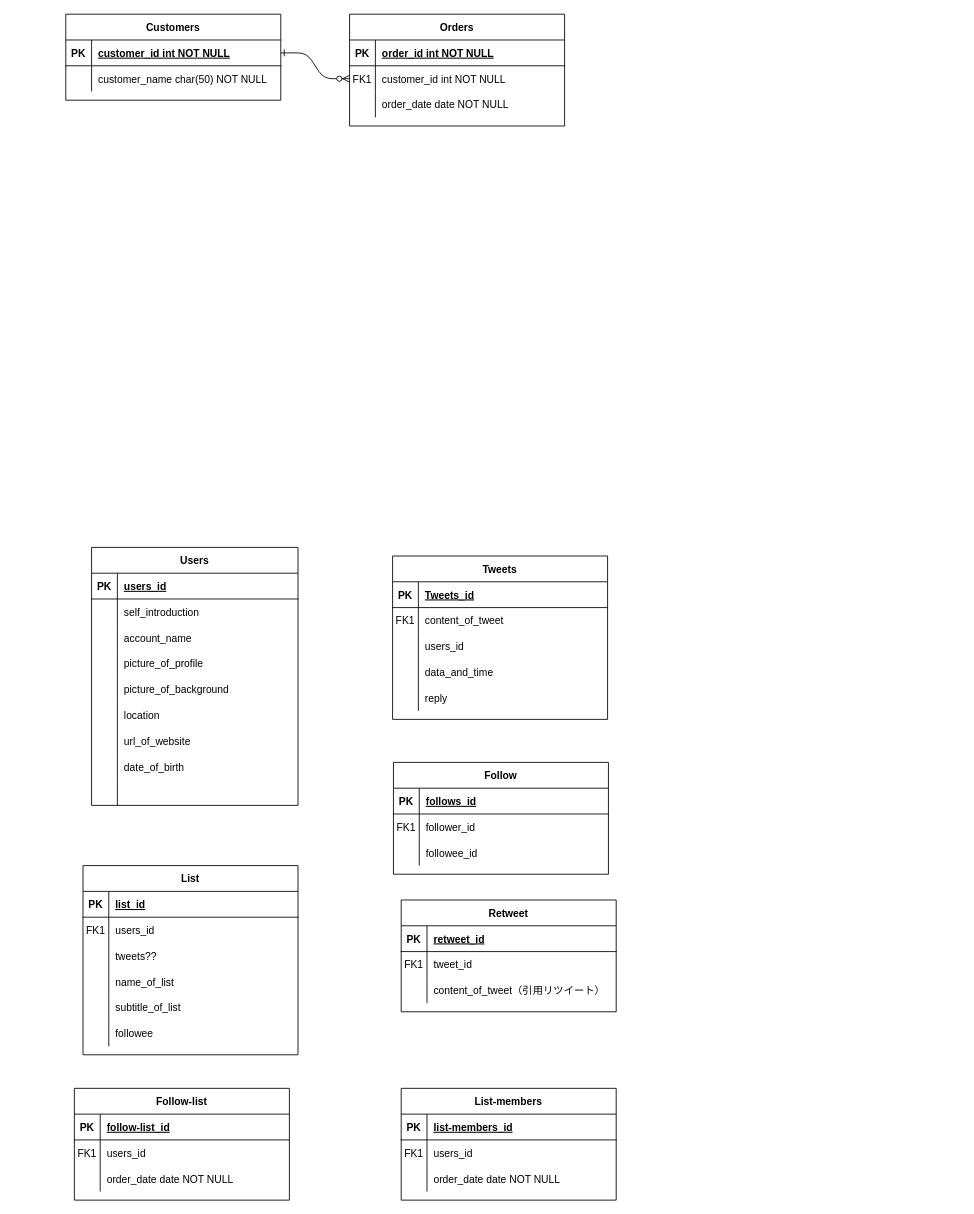
The draw.io diagram Untitled Diagram.drawio in umizaru/hello-world, before the edit. Source tidied: cells renumbered, new cells numbered last; positions are measured from the earlier drawing's top-left corner, leaving out a move shared by most shapes. Both pictures are drawn from the tidied source at 86%, with x=0, y=0 at pixel (65, 14).
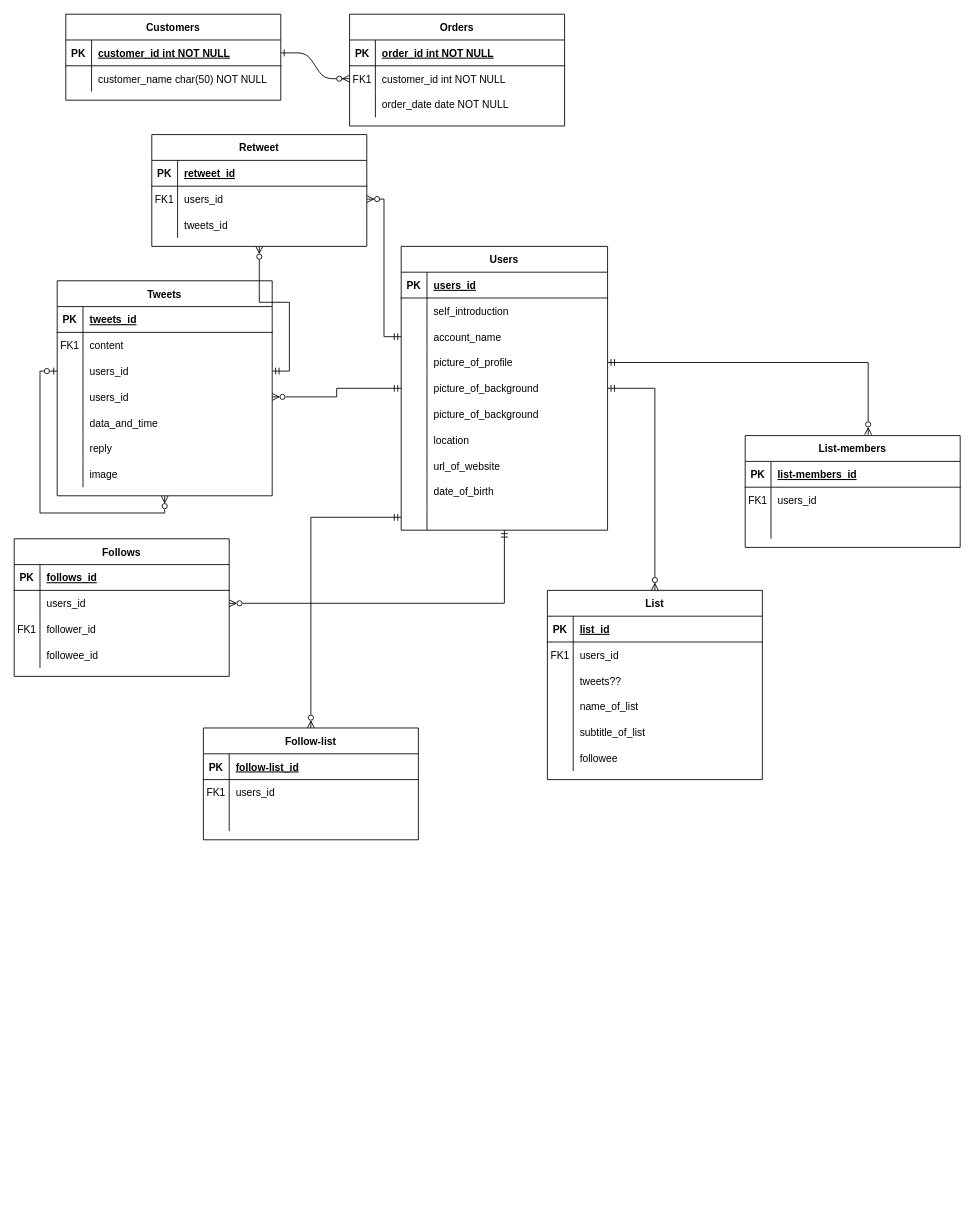
The same page after the edit.

Commit message (it also covers changes not shown here):
Untitled Diagram.drawio を更新します

The change refers to these unchanged cells:
```xml
<mxCell id="24" style="shape=partialRectangle;fillColor=none;points=[[0,0.5],[1,0.5]];portConstraint=eastwest;top=0;left=0;right=0;bottom=0;" parent="20" vertex="1">
  <mxGeometry y="60" width="250" height="30" as="geometry" />
</mxCell>
<mxCell id="27" style="shape=partialRectangle;fillColor=none;top=0;left=0;right=0;bottom=0;" parent="20" vertex="1">
  <mxGeometry y="90" width="250" height="30" as="geometry" />
</mxCell>
<mxCell id="41" style="shape=partialRectangle;fillColor=none;top=0;left=0;right=0;bottom=1;" parent="40" vertex="1">
  <mxGeometry y="30" width="250" height="30" as="geometry" />
</mxCell>
<mxCell id="44" style="shape=partialRectangle;fillColor=none;top=0;left=0;right=0;bottom=0;" parent="40" vertex="1">
  <mxGeometry y="60" width="250" height="30" as="geometry" />
</mxCell>
<mxCell id="82" style="shape=partialRectangle;fillColor=none;top=0;left=0;right=0;bottom=0;" parent="75" vertex="1">
  <mxGeometry y="90" width="250" height="30" as="geometry" />
</mxCell>
<mxCell id="92" style="shape=partialRectangle;fillColor=none;top=0;left=0;right=0;bottom=0;" parent="85" vertex="1">
  <mxGeometry y="90" width="250" height="30" as="geometry" />
</mxCell>
<mxCell id="102" style="shape=partialRectangle;fillColor=none;points=[[0,0.5],[1,0.5]];portConstraint=eastwest;top=0;left=0;right=0;bottom=0;" parent="95" vertex="1">
  <mxGeometry y="90" width="240" height="30" as="geometry" />
</mxCell>
<mxCell id="105" style="shape=partialRectangle;fillColor=none;points=[[0,0.5],[1,0.5]];portConstraint=eastwest;top=0;left=0;right=0;bottom=0;" parent="95" vertex="1">
  <mxGeometry y="120" width="240" height="30" as="geometry" />
</mxCell>
```

Diff of the diagram source:
```diff
@@
     <mxCell id="20" value="Retweet" style="shape=table;startSize=30;childLayout=tableLayout;rowLines=0;fontStyle=1;align=center;" parent="1" vertex="1">
-      <mxGeometry x="390" y="1030" width="250" height="130" as="geometry" />
+      <mxGeometry x="100" y="140" width="250" height="130" as="geometry" />
     </mxCell>
@@
-    <mxCell id="26" value="tweet_id" style="shape=partialRectangle;overflow=hidden;fillColor=none;top=0;left=0;bottom=0;right=0;align=left;spacingLeft=6;" parent="24" vertex="1">
+    <mxCell id="26" value="users_id" style="shape=partialRectangle;overflow=hidden;fillColor=none;top=0;left=0;bottom=0;right=0;align=left;spacingLeft=6;" parent="24" vertex="1">
       <mxGeometry x="30" width="220" height="30" as="geometry" />
     </mxCell>
@@
-    <mxCell id="29" value="content_of_tweet（引用リツイート）" style="shape=partialRectangle;overflow=hidden;fillColor=none;top=0;left=0;bottom=0;right=0;align=left;spacingLeft=6;" parent="27" vertex="1">
+    <mxCell id="29" value="tweets_id" style="shape=partialRectangle;overflow=hidden;fillColor=none;top=0;left=0;bottom=0;right=0;align=left;spacingLeft=6;" parent="27" vertex="1">
       <mxGeometry x="30" width="220" height="30" as="geometry" />
     </mxCell>
-    <mxCell id="30" value="Follow" style="shape=table;startSize=30;childLayout=tableLayout;rowLines=0;fontStyle=1;align=center;" parent="1" vertex="1">
-      <mxGeometry x="381" y="870" width="250" height="130" as="geometry" />
+    <mxCell id="30" value="Follows" style="shape=table;startSize=30;childLayout=tableLayout;rowLines=0;fontStyle=1;align=center;" parent="1" vertex="1">
+      <mxGeometry x="-60" y="610" width="250" height="160" as="geometry" />
     </mxCell>
@@
+    <mxCell id="123" style="shape=partialRectangle;fillColor=none;points=[[0,0.5],[1,0.5]];portConstraint=eastwest;top=0;left=0;right=0;bottom=0;" parent="30" vertex="1">
+      <mxGeometry y="60" width="250" height="30" as="geometry" />
+    </mxCell>
+    <mxCell id="124" style="shape=partialRectangle;overflow=hidden;fillColor=none;top=0;left=0;bottom=0;right=0;" parent="123" vertex="1">
+      <mxGeometry width="30" height="30" as="geometry" />
+    </mxCell>
+    <mxCell id="125" value="users_id" style="shape=partialRectangle;overflow=hidden;fillColor=none;top=0;left=0;bottom=0;right=0;align=left;spacingLeft=6;" parent="123" vertex="1">
+      <mxGeometry x="30" width="220" height="30" as="geometry" />
+    </mxCell>
     <mxCell id="34" style="shape=partialRectangle;fillColor=none;top=0;left=0;right=0;bottom=0;" parent="30" vertex="1">
-      <mxGeometry y="60" width="250" height="30" as="geometry" />
+      <mxGeometry y="90" width="250" height="30" as="geometry" />
     </mxCell>
@@
     <mxCell id="37" style="shape=partialRectangle;fillColor=none;top=0;left=0;right=0;bottom=0;" parent="30" vertex="1">
-      <mxGeometry y="90" width="250" height="30" as="geometry" />
+      <mxGeometry y="120" width="250" height="30" as="geometry" />
     </mxCell>
@@
     <mxCell id="40" value="Tweets" style="shape=table;startSize=30;childLayout=tableLayout;rowLines=0;fontStyle=1;align=center;" parent="1" vertex="1">
-      <mxGeometry x="380" y="630" width="250" height="190" as="geometry" />
+      <mxGeometry x="-10" y="310" width="250" height="250" as="geometry" />
     </mxCell>
@@
-    <mxCell id="43" value="Tweets_id" style="shape=partialRectangle;overflow=hidden;fillColor=none;top=0;left=0;bottom=0;right=0;align=left;spacingLeft=6;fontStyle=5;" parent="41" vertex="1">
+    <mxCell id="43" value="tweets_id" style="shape=partialRectangle;overflow=hidden;fillColor=none;top=0;left=0;bottom=0;right=0;align=left;spacingLeft=6;fontStyle=5;" parent="41" vertex="1">
       <mxGeometry x="30" width="220" height="30" as="geometry" />
     </mxCell>
@@
-    <mxCell id="46" value="content_of_tweet" style="shape=partialRectangle;overflow=hidden;fillColor=none;top=0;left=0;bottom=0;right=0;align=left;spacingLeft=6;" parent="44" vertex="1">
+    <mxCell id="46" value="content" style="shape=partialRectangle;overflow=hidden;fillColor=none;top=0;left=0;bottom=0;right=0;align=left;spacingLeft=6;" parent="44" vertex="1">
       <mxGeometry x="30" width="220" height="30" as="geometry" />
     </mxCell>
+    <mxCell id="126" style="edgeStyle=orthogonalEdgeStyle;rounded=0;jettySize=auto;html=1;entryX=0.5;entryY=1;entryDx=0;entryDy=0;startArrow=ERzeroToOne;startFill=0;endArrow=ERzeroToMany;endFill=0;" parent="40" edge="1" source="127" target="40">
+      <mxGeometry relative="1" as="geometry" />
+    </mxCell>
+    <mxCell id="127" style="shape=partialRectangle;fillColor=none;points=[[0,0.5],[1,0.5]];portConstraint=eastwest;top=0;left=0;right=0;bottom=0;" parent="40" vertex="1">
+      <mxGeometry y="90" width="250" height="30" as="geometry" />
+    </mxCell>
+    <mxCell id="128" style="shape=partialRectangle;overflow=hidden;fillColor=none;top=0;left=0;bottom=0;right=0;" parent="127" vertex="1">
+      <mxGeometry width="30" height="30" as="geometry" />
+    </mxCell>
+    <mxCell id="129" value="users_id" style="shape=partialRectangle;overflow=hidden;fillColor=none;top=0;left=0;bottom=0;right=0;align=left;spacingLeft=6;" parent="127" vertex="1">
+      <mxGeometry x="30" width="220" height="30" as="geometry" />
+    </mxCell>
     <mxCell id="47" style="shape=partialRectangle;fillColor=none;points=[[0,0.5],[1,0.5]];portConstraint=eastwest;top=0;left=0;right=0;bottom=0;" parent="40" vertex="1">
-      <mxGeometry y="90" width="250" height="30" as="geometry" />
+      <mxGeometry y="120" width="250" height="30" as="geometry" />
     </mxCell>
@@
     <mxCell id="50" style="shape=partialRectangle;fillColor=none;top=0;left=0;right=0;bottom=0;" parent="40" vertex="1">
-      <mxGeometry y="120" width="250" height="30" as="geometry" />
+      <mxGeometry y="150" width="250" height="30" as="geometry" />
     </mxCell>
@@
     <mxCell id="53" style="shape=partialRectangle;fillColor=none;top=0;left=0;right=0;bottom=0;" parent="40" vertex="1">
-      <mxGeometry y="150" width="250" height="30" as="geometry" />
+      <mxGeometry y="180" width="250" height="30" as="geometry" />
     </mxCell>
@@
+    <mxCell id="130" style="shape=partialRectangle;fillColor=none;top=0;left=0;right=0;bottom=0;" parent="40" vertex="1">
+      <mxGeometry y="210" width="250" height="30" as="geometry" />
+    </mxCell>
+    <mxCell id="131" style="shape=partialRectangle;overflow=hidden;fillColor=none;top=0;left=0;bottom=0;right=0;" parent="130" vertex="1">
+      <mxGeometry width="30" height="30" as="geometry" />
+    </mxCell>
+    <mxCell id="132" value="image" style="shape=partialRectangle;overflow=hidden;fillColor=none;top=0;left=0;bottom=0;right=0;align=left;spacingLeft=6;" parent="130" vertex="1">
+      <mxGeometry x="30" width="220" height="30" as="geometry" />
+    </mxCell>
     <mxCell id="56" value="List" style="shape=table;startSize=30;childLayout=tableLayout;rowLines=0;fontStyle=1;align=center;" parent="1" vertex="1">
-      <mxGeometry x="20" y="990" width="250" height="220" as="geometry" />
+      <mxGeometry x="560" y="670" width="250" height="220" as="geometry" />
     </mxCell>
@@
     <mxCell id="75" value="Follow-list" style="shape=table;startSize=30;childLayout=tableLayout;rowLines=0;fontStyle=1;align=center;" parent="1" vertex="1">
-      <mxGeometry x="10" y="1249" width="250" height="130" as="geometry" />
+      <mxGeometry x="160" y="830" width="250" height="130" as="geometry" />
     </mxCell>
@@
-    <mxCell id="84" value="order_date date NOT NULL" style="shape=partialRectangle;overflow=hidden;fillColor=none;top=0;left=0;bottom=0;right=0;align=left;spacingLeft=6;" parent="82" vertex="1">
+    <mxCell id="84" style="shape=partialRectangle;overflow=hidden;fillColor=none;top=0;left=0;bottom=0;right=0;align=left;spacingLeft=6;" parent="82" vertex="1">
       <mxGeometry x="30" width="220" height="30" as="geometry" />
     </mxCell>
     <mxCell id="85" value="List-members" style="shape=table;startSize=30;childLayout=tableLayout;rowLines=0;fontStyle=1;align=center;" parent="1" vertex="1">
-      <mxGeometry x="390" y="1249" width="250" height="130" as="geometry" />
+      <mxGeometry x="790" y="490" width="250" height="130" as="geometry" />
     </mxCell>
@@
-    <mxCell id="94" value="order_date date NOT NULL" style="shape=partialRectangle;overflow=hidden;fillColor=none;top=0;left=0;bottom=0;right=0;align=left;spacingLeft=6;" parent="92" vertex="1">
+    <mxCell id="94" style="shape=partialRectangle;overflow=hidden;fillColor=none;top=0;left=0;bottom=0;right=0;align=left;spacingLeft=6;" parent="92" vertex="1">
       <mxGeometry x="30" width="220" height="30" as="geometry" />
     </mxCell>
+    <mxCell id="133" style="edgeStyle=orthogonalEdgeStyle;rounded=0;jettySize=auto;html=1;entryX=1;entryY=0.5;entryDx=0;entryDy=0;startArrow=ERmandOne;startFill=0;endArrow=ERzeroToMany;endFill=0;" parent="1" edge="1" source="95" target="123">
+      <mxGeometry relative="1" as="geometry" />
+    </mxCell>
     <mxCell id="95" value="Users" style="shape=table;startSize=30;childLayout=tableLayout;rowLines=0;fontStyle=1;align=center;" parent="1" vertex="1">
-      <mxGeometry x="30" y="620" width="240" height="300" as="geometry" />
+      <mxGeometry x="390" y="270" width="240" height="330" as="geometry" />
     </mxCell>
@@
+    <mxCell id="134" style="shape=partialRectangle;fillColor=none;points=[[0,0.5],[1,0.5]];portConstraint=eastwest;top=0;left=0;right=0;bottom=0;" parent="95" vertex="1">
+      <mxGeometry y="150" width="240" height="30" as="geometry" />
+    </mxCell>
+    <mxCell id="135" style="shape=partialRectangle;overflow=hidden;fillColor=none;top=0;left=0;bottom=0;right=0;" parent="134" vertex="1">
+      <mxGeometry width="30" height="30" as="geometry" />
+    </mxCell>
+    <mxCell id="136" value="picture_of_background" style="shape=partialRectangle;overflow=hidden;fillColor=none;top=0;left=0;bottom=0;right=0;align=left;spacingLeft=6;" parent="134" vertex="1">
+      <mxGeometry x="30" width="210" height="30" as="geometry" />
+    </mxCell>
     <mxCell id="108" style="shape=partialRectangle;fillColor=none;top=0;left=0;right=0;bottom=0;" parent="95" vertex="1">
-      <mxGeometry y="150" width="240" height="30" as="geometry" />
+      <mxGeometry y="180" width="240" height="30" as="geometry" />
     </mxCell>
@@
     <mxCell id="111" style="shape=partialRectangle;fillColor=none;top=0;left=0;right=0;bottom=0;" parent="95" vertex="1">
-      <mxGeometry y="180" width="240" height="30" as="geometry" />
+      <mxGeometry y="210" width="240" height="30" as="geometry" />
     </mxCell>
@@
     <mxCell id="114" style="shape=partialRectangle;fillColor=none;top=0;left=0;right=0;bottom=0;" parent="95" vertex="1">
-      <mxGeometry y="210" width="240" height="30" as="geometry" />
+      <mxGeometry y="240" width="240" height="30" as="geometry" />
     </mxCell>
@@
     <mxCell id="117" style="shape=partialRectangle;fillColor=none;top=0;left=0;right=0;bottom=0;" parent="95" vertex="1">
-      <mxGeometry y="240" width="240" height="30" as="geometry" />
+      <mxGeometry y="270" width="240" height="30" as="geometry" />
     </mxCell>
@@
     <mxCell id="120" style="shape=partialRectangle;fillColor=none;points=[[0,0.5],[1,0.5]];portConstraint=eastwest;top=0;left=0;right=0;bottom=0;" parent="95" vertex="1">
-      <mxGeometry y="270" width="240" height="30" as="geometry" />
+      <mxGeometry y="300" width="240" height="30" as="geometry" />
     </mxCell>
@@
+    <mxCell id="137" style="edgeStyle=orthogonalEdgeStyle;rounded=0;jettySize=auto;html=1;entryX=1;entryY=0.5;entryDx=0;entryDy=0;startArrow=ERmandOne;startFill=0;endArrow=ERzeroToMany;endFill=0;" parent="1" edge="1" source="134" target="47">
+      <mxGeometry relative="1" as="geometry" />
+    </mxCell>
+    <mxCell id="138" style="edgeStyle=orthogonalEdgeStyle;rounded=0;jettySize=auto;html=1;exitX=1;exitY=0.5;exitDx=0;exitDy=0;startArrow=ERmandOne;startFill=0;endArrow=ERzeroToMany;endFill=0;" parent="1" edge="1" source="134" target="56">
+      <mxGeometry relative="1" as="geometry" />
+    </mxCell>
+    <mxCell id="139" style="edgeStyle=orthogonalEdgeStyle;rounded=0;jettySize=auto;html=1;startArrow=ERmandOne;startFill=0;endArrow=ERzeroToMany;endFill=0;" parent="1" edge="1" source="102" target="24">
+      <mxGeometry relative="1" as="geometry" />
+    </mxCell>
+    <mxCell id="140" style="edgeStyle=orthogonalEdgeStyle;rounded=0;jettySize=auto;html=1;entryX=0.572;entryY=-0.008;entryDx=0;entryDy=0;entryPerimeter=0;startArrow=ERmandOne;startFill=0;endArrow=ERzeroToMany;endFill=0;" parent="1" edge="1" source="105" target="85">
+      <mxGeometry relative="1" as="geometry" />
+    </mxCell>
+    <mxCell id="141" style="edgeStyle=orthogonalEdgeStyle;rounded=0;jettySize=auto;html=1;startArrow=ERmandOne;startFill=0;endArrow=ERzeroToMany;endFill=0;" parent="1" edge="1" source="120" target="75">
+      <mxGeometry relative="1" as="geometry" />
+    </mxCell>
+    <mxCell id="142" style="edgeStyle=orthogonalEdgeStyle;rounded=0;jettySize=auto;html=1;entryX=0.5;entryY=1;entryDx=0;entryDy=0;startArrow=ERmandOne;startFill=0;endArrow=ERzeroToMany;endFill=0;" parent="1" edge="1" source="127" target="20">
+      <mxGeometry relative="1" as="geometry" />
+    </mxCell>
```
